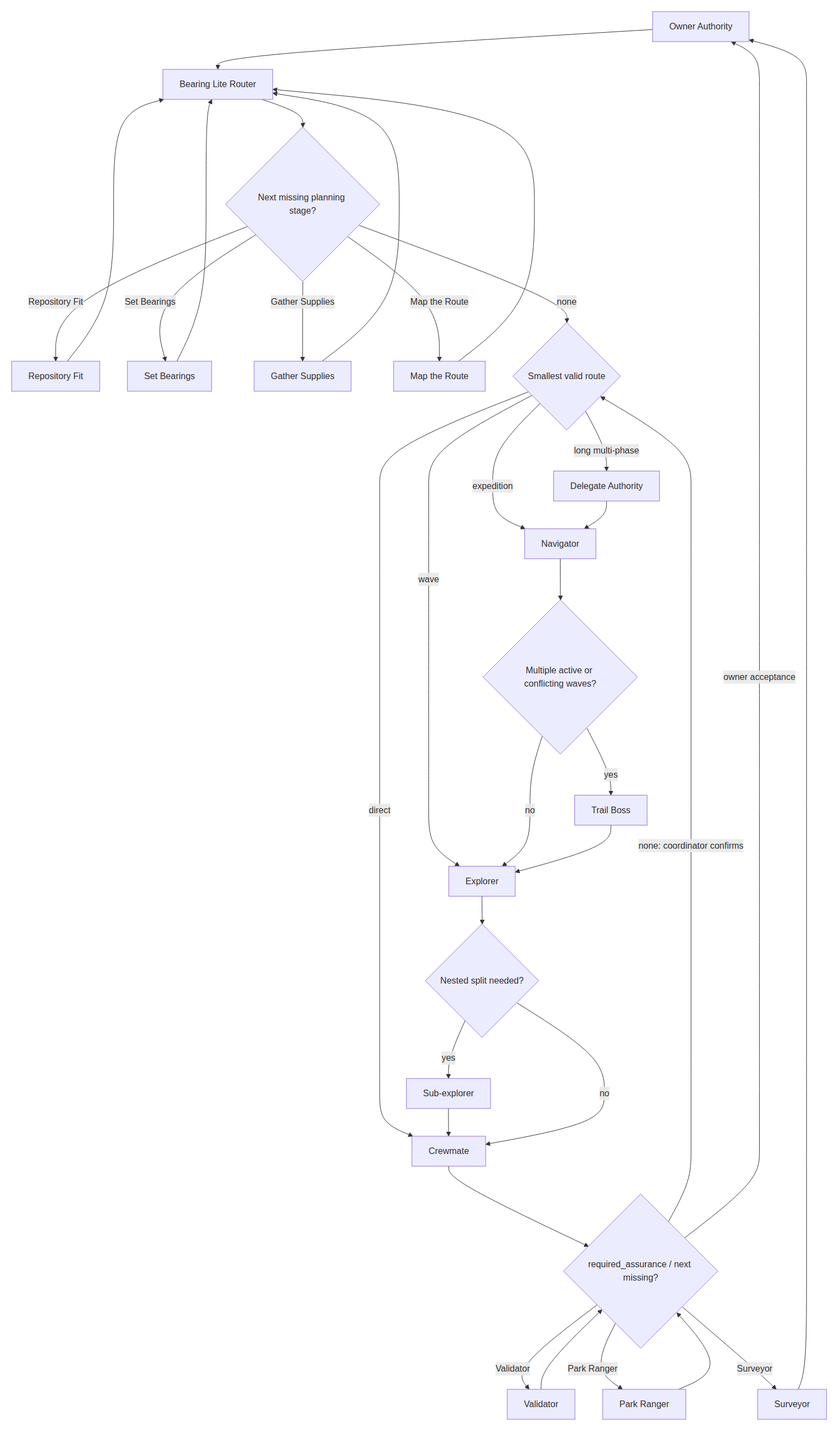
Before: skills/bearing-lite/assets/role-routing.png, a diagram exported from Mermaid (alphazede/bearing). Its source is kept beside it as skills/bearing-lite/references/role-routing.mmd.
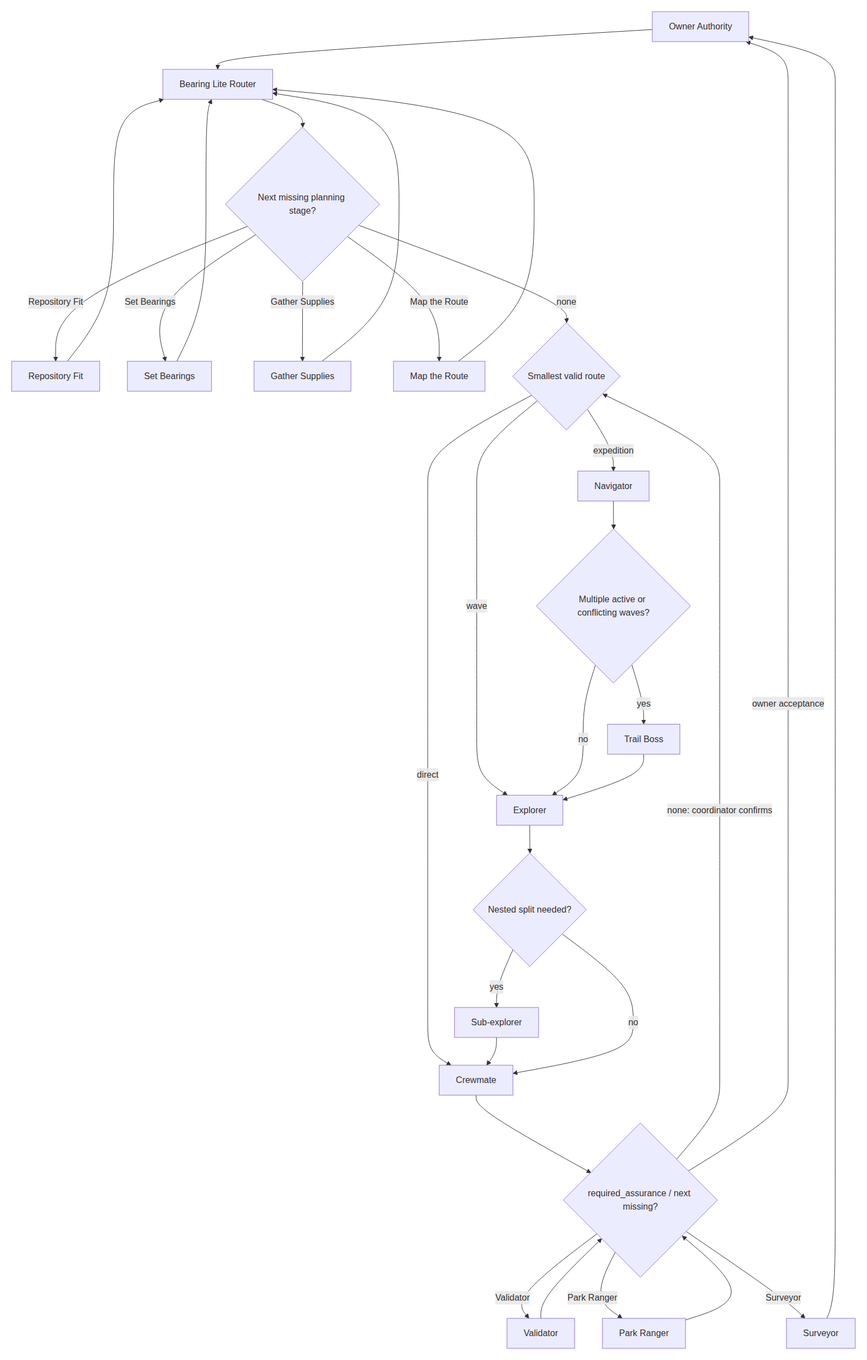
Later version of the same file.

What changed in the source:
```diff
@@ -13,8 +13,6 @@
     Q -->|direct| C[Crewmate]
     Q -->|wave| E[Explorer]
     Q -->|expedition| N[Navigator]
-    Q -->|long multi-phase| D[Delegate Authority]
-    D --> N
     N --> TB{Multiple active or conflicting waves?}
     TB -->|yes| T[Trail Boss]
     TB -->|no| E
```
